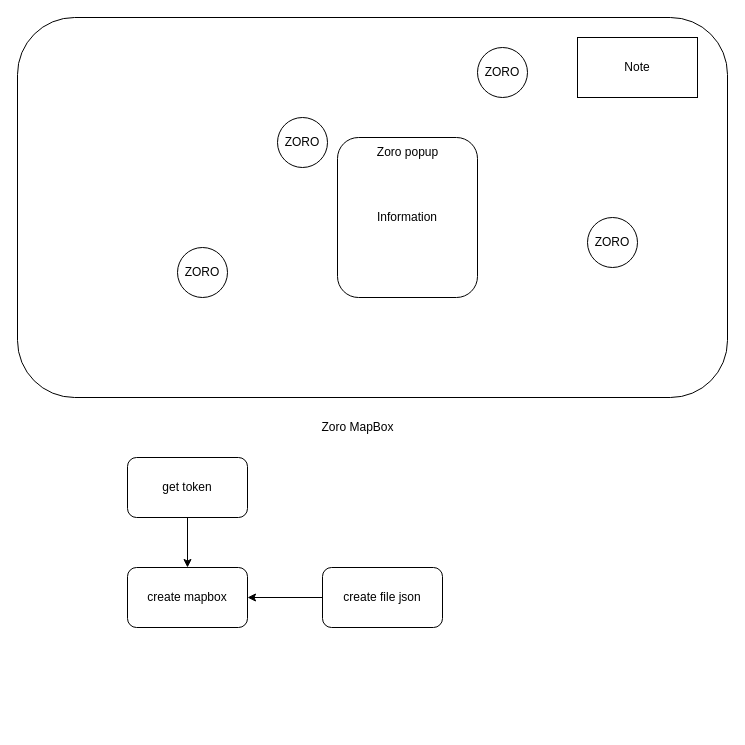
BinhNguyen3790/zoro-mapbox keeps this draw.io diagram as steps.drawio. Above is the earlier version. Source tidied: cells renumbered, new cells numbered last; positions are measured from the earlier drawing's top-left corner, leaving out a move shared by most shapes. Both pictures are drawn from the tidied source at 100%, with x=0, y=0 at pixel (17, 17).
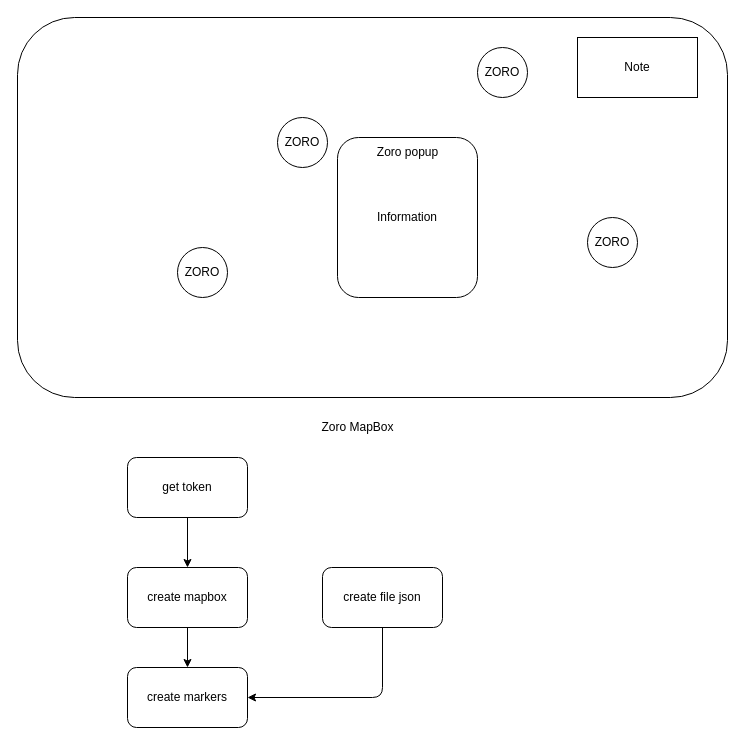
Above is the later version.

Diff of the diagram source:
```diff
@@
 <mxGraphModel>
   <root>
     <mxCell id="0" />
     <mxCell id="1" parent="0" />
     <mxCell id="2" style="rounded=1;whiteSpace=wrap;html=1;fontStyle=1;" parent="1" vertex="1">
       <mxGeometry width="710" height="380" as="geometry" />
     </mxCell>
     <mxCell id="3" value="Zoro MapBox" style="text;html=1;align=center;verticalAlign=middle;strokeColor=none;fillColor=none;" parent="1" vertex="1">
       <mxGeometry x="290" y="395" width="100" height="30" as="geometry" />
     </mxCell>
     <mxCell id="4" value="ZORO" style="ellipse;whiteSpace=wrap;html=1;" parent="1" vertex="1">
       <mxGeometry x="260" y="100" width="50" height="50" as="geometry" />
     </mxCell>
     <mxCell id="5" value="Information" style="rounded=1;whiteSpace=wrap;html=1;" parent="1" vertex="1">
       <mxGeometry x="320" y="120" width="140" height="160" as="geometry" />
     </mxCell>
     <mxCell id="6" value="Zoro popup" style="text;html=1;align=center;verticalAlign=middle;strokeColor=none;fillColor=none;" parent="1" vertex="1">
       <mxGeometry x="350" y="120" width="80" height="30" as="geometry" />
     </mxCell>
     <mxCell id="7" value="Note" style="whiteSpace=wrap;html=1;" parent="1" vertex="1">
       <mxGeometry x="560" y="20" width="120" height="60" as="geometry" />
     </mxCell>
     <mxCell id="8" value="ZORO" style="ellipse;whiteSpace=wrap;html=1;" parent="1" vertex="1">
       <mxGeometry x="160" y="230" width="50" height="50" as="geometry" />
     </mxCell>
     <mxCell id="9" value="ZORO" style="ellipse;whiteSpace=wrap;html=1;" parent="1" vertex="1">
       <mxGeometry x="570" y="200" width="50" height="50" as="geometry" />
     </mxCell>
     <mxCell id="10" value="ZORO" style="ellipse;whiteSpace=wrap;html=1;" parent="1" vertex="1">
       <mxGeometry x="460" y="30" width="50" height="50" as="geometry" />
     </mxCell>
     <mxCell id="11" value="create mapbox" style="rounded=1;whiteSpace=wrap;html=1;" parent="1" vertex="1">
       <mxGeometry x="110" y="550" width="120" height="60" as="geometry" />
     </mxCell>
     <mxCell id="12" value="get token" style="rounded=1;whiteSpace=wrap;html=1;" parent="1" vertex="1">
       <mxGeometry x="110" y="440" width="120" height="60" as="geometry" />
     </mxCell>
     <mxCell id="13" style="edgeStyle=none;jettySize=auto;html=1;entryX=0.5;entryY=0;entryDx=0;entryDy=0;exitX=0.5;exitY=1;exitDx=0;exitDy=0;" parent="1" edge="1" source="12" target="11">
       <mxGeometry relative="1" as="geometry" />
     </mxCell>
     <mxCell id="14" value="create file json" style="rounded=1;whiteSpace=wrap;html=1;" parent="1" vertex="1">
       <mxGeometry x="305" y="550" width="120" height="60" as="geometry" />
     </mxCell>
-    <mxCell id="15" style="edgeStyle=none;jettySize=auto;html=1;entryX=1;entryY=0.5;entryDx=0;entryDy=0;exitX=0;exitY=0.5;exitDx=0;exitDy=0;" parent="1" edge="1" source="14" target="11">
-      <mxGeometry relative="1" as="geometry" />
+    <mxCell id="15" style="edgeStyle=none;jettySize=auto;html=1;entryX=1;entryY=0.5;entryDx=0;entryDy=0;exitX=0.5;exitY=1;exitDx=0;exitDy=0;" parent="1" edge="1" source="14" target="16">
+      <mxGeometry relative="1" as="geometry">
+        <Array as="points">
+          <mxPoint x="365" y="680" />
+        </Array>
+      </mxGeometry>
     </mxCell>
+    <mxCell id="16" value="create markers" style="rounded=1;whiteSpace=wrap;html=1;" parent="1" vertex="1">
+      <mxGeometry x="110" y="650" width="120" height="60" as="geometry" />
+    </mxCell>
+    <mxCell id="17" style="edgeStyle=none;jettySize=auto;html=1;entryX=0.5;entryY=0;entryDx=0;entryDy=0;exitX=0.5;exitY=1;exitDx=0;exitDy=0;" parent="1" edge="1" source="11" target="16">
+      <mxGeometry relative="1" as="geometry" />
+    </mxCell>
   </root>
 </mxGraphModel>
```
